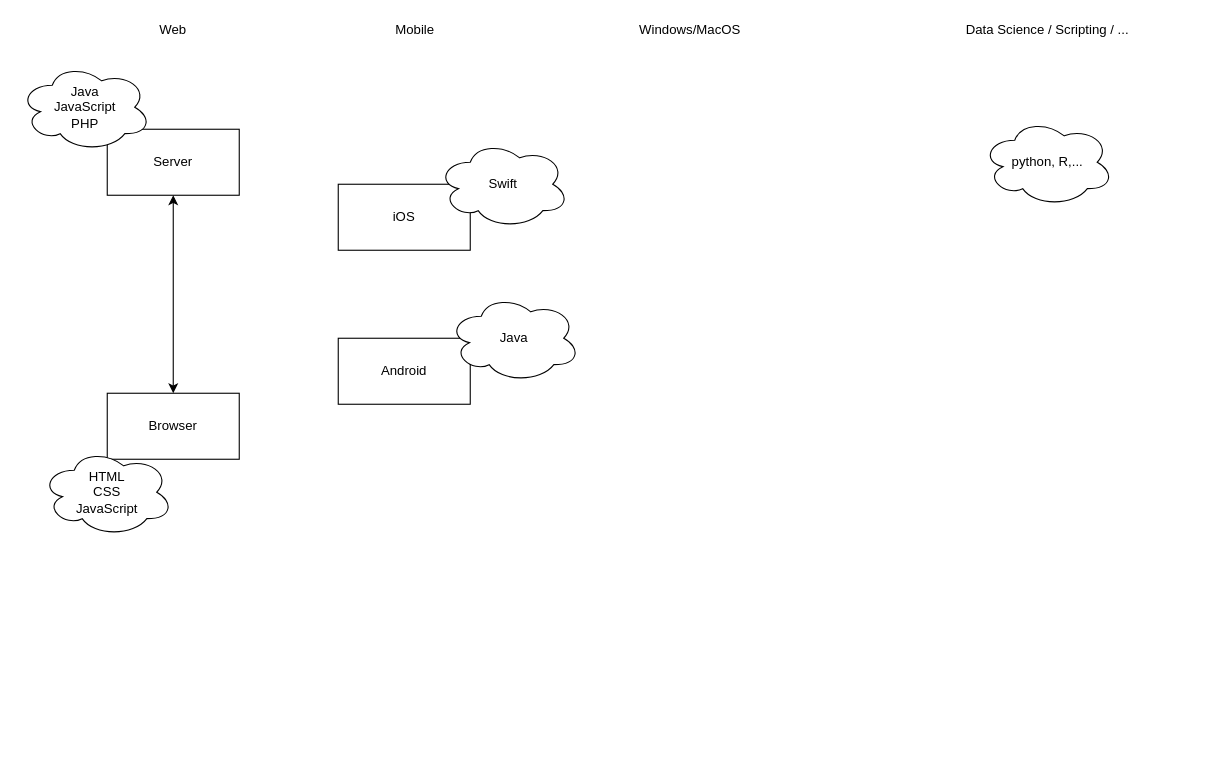
Before: Intro Programming.drawio in nam-truong-le/draw-io, a draw.io diagram. Source tidied: cells renumbered, new cells numbered last; positions are measured from the earlier drawing's top-left corner, leaving out a move shared by most shapes. Both pictures are drawn from the tidied source at 110%, with x=0, y=0 at pixel (19, 19).
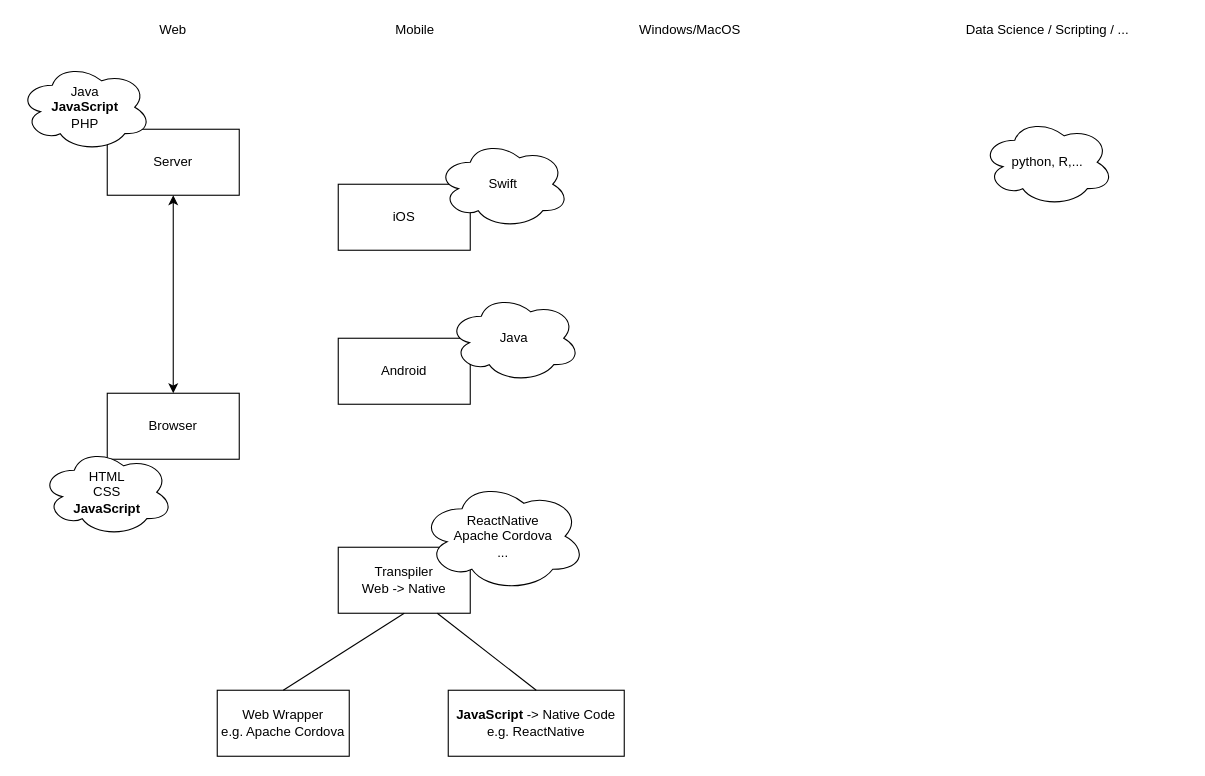
The same page after the edit.

What changed in the source:
```diff
@@
-    <mxCell id="12" value="HTML&lt;br&gt;CSS&lt;br&gt;JavaScript" style="ellipse;shape=cloud;whiteSpace=wrap;html=1;" parent="1" vertex="1">
+    <mxCell id="12" value="HTML&lt;br&gt;CSS&lt;br&gt;&lt;b&gt;JavaScript&lt;/b&gt;" style="ellipse;shape=cloud;whiteSpace=wrap;html=1;" parent="1" vertex="1">
       <mxGeometry x="20" y="390" width="120" height="80" as="geometry" />
     </mxCell>
-    <mxCell id="13" value="Java&lt;br&gt;JavaScript&lt;br&gt;PHP" style="ellipse;shape=cloud;whiteSpace=wrap;html=1;" parent="1" vertex="1">
+    <mxCell id="13" value="Java&lt;br&gt;&lt;b&gt;JavaScript&lt;/b&gt;&lt;br&gt;PHP" style="ellipse;shape=cloud;whiteSpace=wrap;html=1;" parent="1" vertex="1">
       <mxGeometry y="40" width="120" height="80" as="geometry" />
     </mxCell>
@@
+    <mxCell id="16" value="Transpiler&lt;br&gt;Web -&amp;gt; Native" style="rounded=0;whiteSpace=wrap;html=1;" parent="1" vertex="1">
+      <mxGeometry x="290" y="480" width="120" height="60" as="geometry" />
+    </mxCell>
+    <mxCell id="17" value="ReactNative&lt;br&gt;Apache Cordova&lt;br&gt;..." style="ellipse;shape=cloud;whiteSpace=wrap;html=1;" parent="1" vertex="1">
+      <mxGeometry x="365" y="420" width="150" height="100" as="geometry" />
+    </mxCell>
+    <mxCell id="18" value="Web Wrapper&lt;br&gt;e.g. Apache Cordova" style="rounded=0;whiteSpace=wrap;html=1;" parent="1" vertex="1">
+      <mxGeometry x="180" y="610" width="120" height="60" as="geometry" />
+    </mxCell>
+    <mxCell id="19" style="endArrow=none;html=1;entryX=0.5;entryY=1;entryDx=0;entryDy=0;exitX=0.5;exitY=0;exitDx=0;exitDy=0;" parent="1" edge="1" source="18" target="16">
+      <mxGeometry relative="1" as="geometry" />
+    </mxCell>
+    <mxCell id="20" value="&lt;b&gt;JavaScript&lt;/b&gt; -&amp;gt; Native Code&lt;br&gt;e.g. ReactNative" style="rounded=0;whiteSpace=wrap;html=1;" parent="1" vertex="1">
+      <mxGeometry x="390" y="610" width="160" height="60" as="geometry" />
+    </mxCell>
+    <mxCell id="21" style="endArrow=none;html=1;entryX=0.75;entryY=1;entryDx=0;entryDy=0;exitX=0.5;exitY=0;exitDx=0;exitDy=0;" parent="1" edge="1" source="20" target="16">
+      <mxGeometry relative="1" as="geometry" />
+    </mxCell>
```
